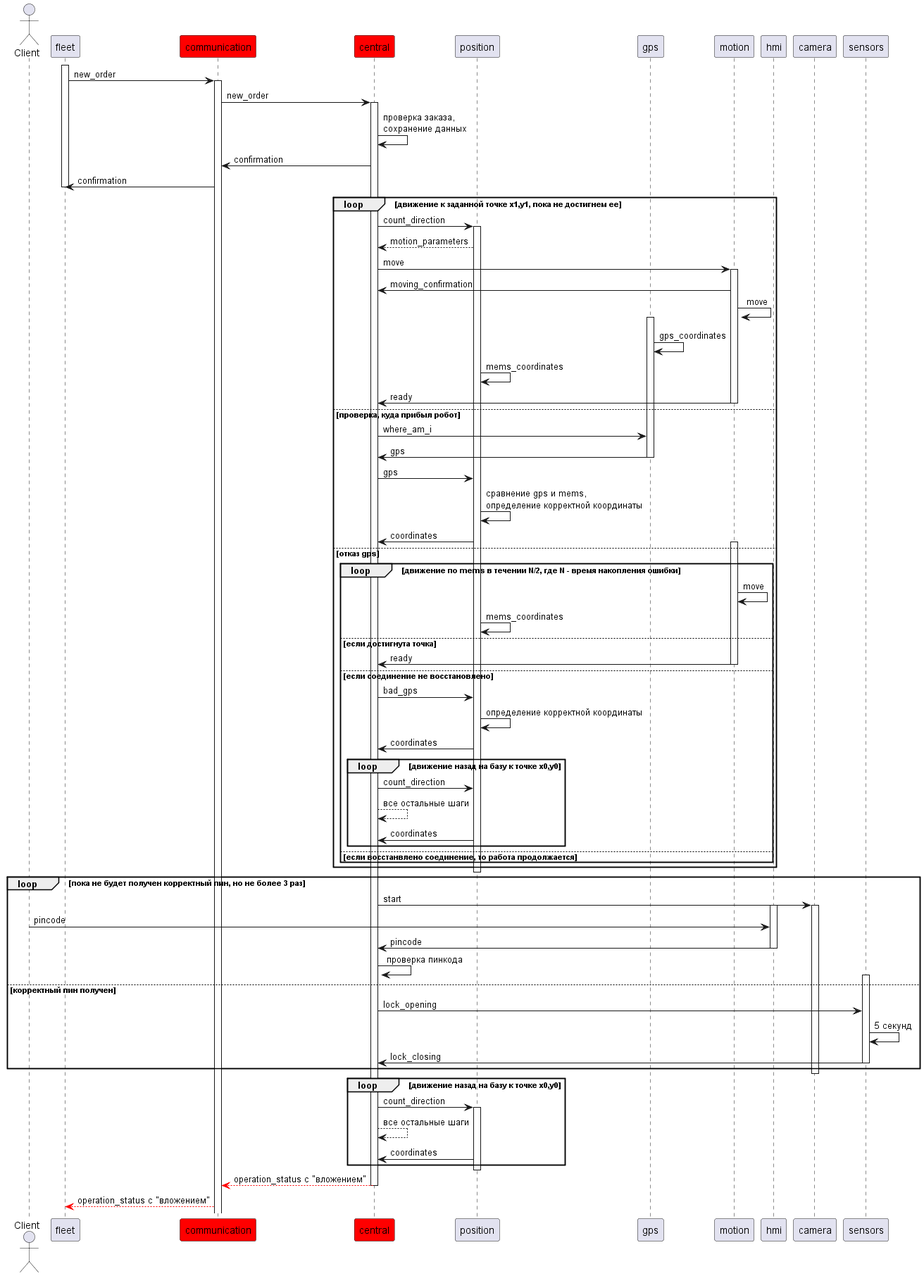
Fishonground/Delivery keeps this PlantUML diagram as pics/sd_13.png. Above is the earlier version.
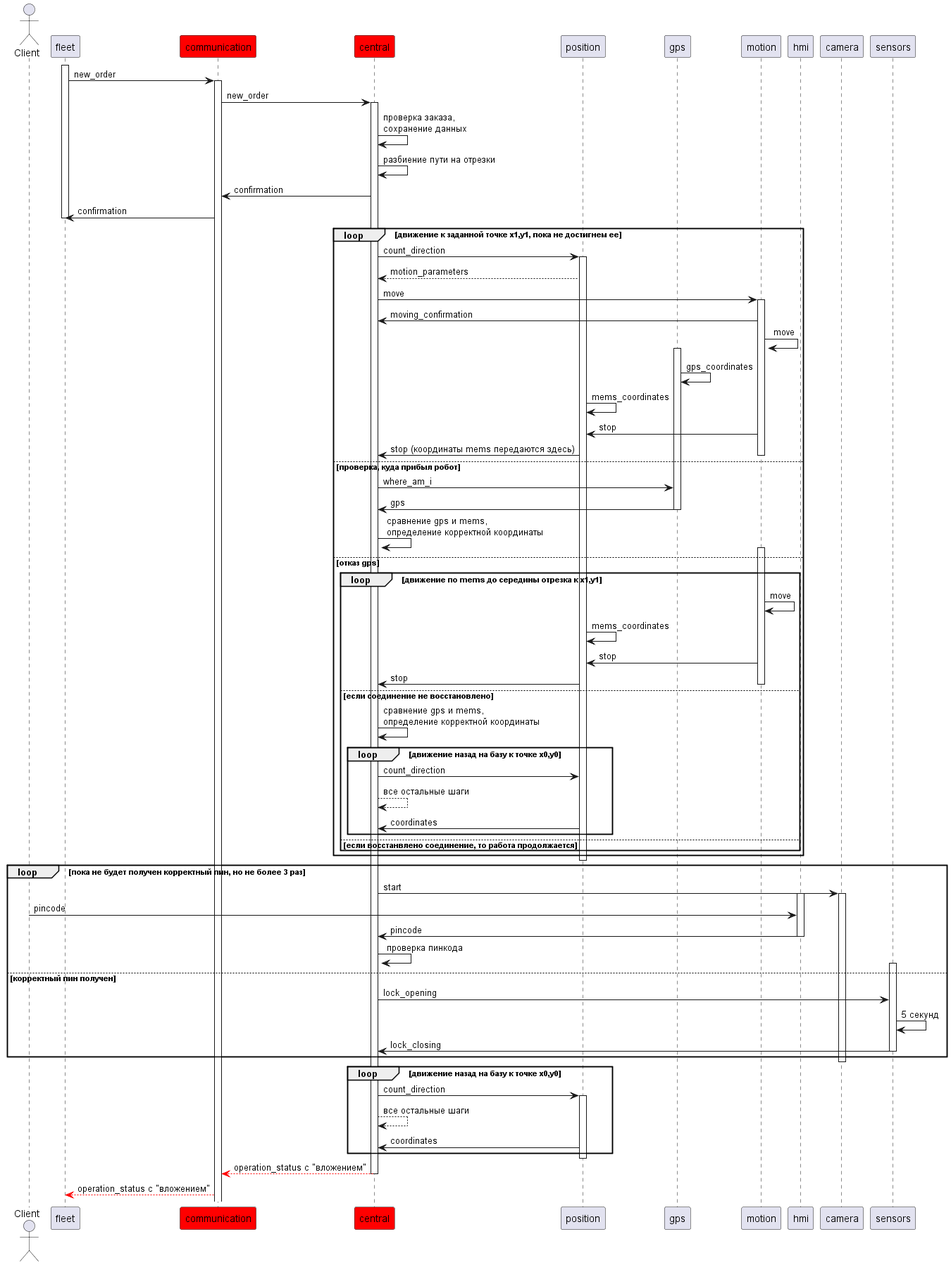
After the change.

Change to the diagram source:
```diff
@@ -10,11 +10,11 @@
 participant camera
 participant sensors
 
-
 fleet++
 fleet -> communication++: new_order
 communication -> central++: new_order
 central -> central: проверка заказа,\nсохранение данных
+central -> central: разбиение пути на отрезки
 central -> communication: confirmation
 communication -> fleet: confirmation
 fleet --
@@ -28,28 +28,26 @@
 gps++
 gps -> gps: gps_coordinates
 position -> position: mems_coordinates
-motion -> central: ready
+motion -> position: stop
+position -> central: stop (координаты mems передаются здесь)
 else проверка, куда прибыл робот
 motion--
 central -> gps: where_am_i
 gps -> central: gps
 gps--
-central -> position: gps
-position -> position: сравнение gps и mems,\nопределение корректной координаты
-position -> central: coordinates
+
+central -> central: сравнение gps и mems,\nопределение корректной координаты
 else отказ gps
-loop движение по mems в течении N/2, где N - время накопления ошибки
+loop движение по mems до середины отрезка к x1,y1
 motion++
 motion -> motion: move
 position -> position: mems_coordinates
-else если достигнута точка
-motion -> central: ready
+motion -> position: stop
+position -> central: stop
 else если соединение не восстановлено
 
 motion--
-central -> position: bad_gps
-position -> position: определение корректной координаты
-position -> central: coordinates
+central -> central: сравнение gps и mems,\nопределение корректной координаты
 loop движение назад на базу к точке x0,y0
 central -> position: count_direction
 central --> central: все остальные шаги
@@ -80,6 +78,7 @@
 position -> central: coordinates
 end
 position--
+
 central -[#red]-> communication: operation_status с "вложением"
 central--
 communication -[#red]-> fleet: operation_status с "вложением"
```
